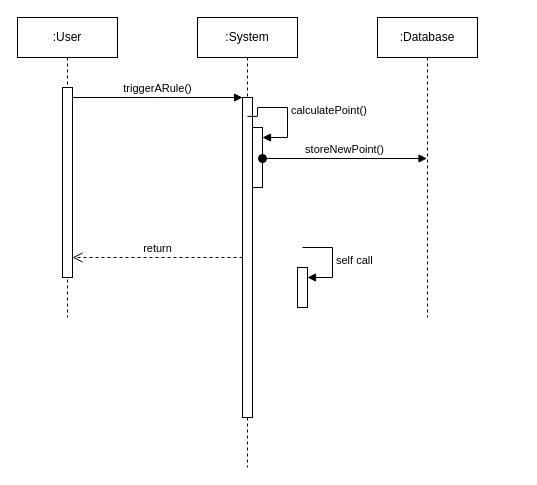
Above: Calculatrice/ES PKFRC sequence attribution de point.drawio in sngdtechnologies/Calculatrice (draw.io), before the change. Source tidied: cells renumbered, new cells numbered last; positions are measured from the earlier drawing's top-left corner, leaving out a move shared by most shapes. Both pictures are drawn from the tidied source at 100%, with x=0, y=0 at pixel (17, 17).
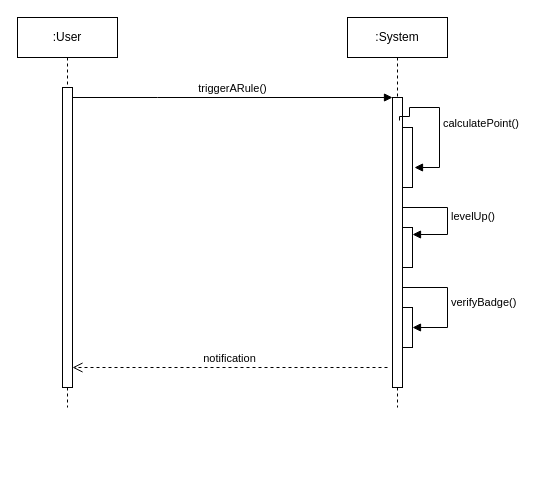
After the change.

Commit message (it also covers changes not shown here):
Mettre à jour ES PKFRC sequence attribution de point.drawio

Unchanged cells that the change refers to:
```xml
<mxCell id="6" style="html=1;points=[[0,0,0,0,5],[0,1,0,0,-5],[1,0,0,0,5],[1,1,0,0,-5]];perimeter=orthogonalPerimeter;outlineConnect=0;targetShapes=umlLifeline;portConstraint=eastwest;newEdgeStyle={&quot;curved&quot;:0,&quot;rounded&quot;:0};" parent="4" vertex="1">
  <mxGeometry x="55" y="110" width="10" height="60" as="geometry" />
</mxCell>
```

Change to the diagram source:
```diff
@@
     <mxCell id="2" value=":User" style="shape=umlLifeline;perimeter=lifelinePerimeter;whiteSpace=wrap;html=1;newEdgeStyle={&quot;edgeStyle&quot;:&quot;elbowEdgeStyle&quot;,&quot;elbow&quot;:&quot;vertical&quot;,&quot;curved&quot;:0,&quot;rounded&quot;:0};" parent="1" vertex="1">
-      <mxGeometry width="100" height="300" as="geometry" />
+      <mxGeometry width="100" height="390" as="geometry" />
     </mxCell>
     <mxCell id="3" style="html=1;points=[];perimeter=orthogonalPerimeter;outlineConnect=0;targetShapes=umlLifeline;portConstraint=eastwest;newEdgeStyle={&quot;edgeStyle&quot;:&quot;elbowEdgeStyle&quot;,&quot;elbow&quot;:&quot;vertical&quot;,&quot;curved&quot;:0,&quot;rounded&quot;:0};" parent="2" vertex="1">
-      <mxGeometry x="45" y="70" width="10" height="190" as="geometry" />
+      <mxGeometry x="45" y="70" width="10" height="300" as="geometry" />
     </mxCell>
     <mxCell id="4" value=":System" style="shape=umlLifeline;perimeter=lifelinePerimeter;whiteSpace=wrap;html=1;newEdgeStyle={&quot;edgeStyle&quot;:&quot;elbowEdgeStyle&quot;,&quot;elbow&quot;:&quot;vertical&quot;,&quot;curved&quot;:0,&quot;rounded&quot;:0};" parent="1" vertex="1">
-      <mxGeometry x="180" width="100" height="450" as="geometry" />
+      <mxGeometry x="330" width="100" height="390" as="geometry" />
     </mxCell>
     <mxCell id="5" style="html=1;points=[];perimeter=orthogonalPerimeter;outlineConnect=0;targetShapes=umlLifeline;portConstraint=eastwest;newEdgeStyle={&quot;edgeStyle&quot;:&quot;elbowEdgeStyle&quot;,&quot;elbow&quot;:&quot;vertical&quot;,&quot;curved&quot;:0,&quot;rounded&quot;:0};" parent="4" vertex="1">
-      <mxGeometry x="45" y="80" width="10" height="320" as="geometry" />
+      <mxGeometry x="45" y="80" width="10" height="290" as="geometry" />
     </mxCell>
@@
-    <mxCell id="7" value="calculatePoint()" style="html=1;align=left;spacingLeft=2;endArrow=block;rounded=0;edgeStyle=orthogonalEdgeStyle;curved=0;rounded=0;exitX=0.5;exitY=0.059;exitDx=0;exitDy=0;exitPerimeter=0;" parent="4" edge="1" source="5" target="6">
+    <mxCell id="7" value="calculatePoint()" style="html=1;align=left;spacingLeft=2;endArrow=block;rounded=0;edgeStyle=orthogonalEdgeStyle;curved=0;rounded=0;exitX=0.5;exitY=0.059;exitDx=0;exitDy=0;exitPerimeter=0;" parent="4" edge="1">
       <mxGeometry relative="1" as="geometry">
+        <mxPoint x="52" y="103" as="sourcePoint" />
+        <mxPoint x="67" y="150" as="targetPoint" />
         <Array as="points">
-          <mxPoint x="60" y="99" />
-          <mxPoint x="60" y="90" />
-          <mxPoint x="90" y="90" />
-          <mxPoint x="90" y="120" />
+          <mxPoint x="52" y="99" />
+          <mxPoint x="62" y="99" />
+          <mxPoint x="62" y="90" />
+          <mxPoint x="92" y="90" />
+          <mxPoint x="92" y="150" />
         </Array>
       </mxGeometry>
     </mxCell>
-    <mxCell id="8" style="html=1;points=[[0,0,0,0,5],[0,1,0,0,-5],[1,0,0,0,5],[1,1,0,0,-5]];perimeter=orthogonalPerimeter;outlineConnect=0;targetShapes=umlLifeline;portConstraint=eastwest;newEdgeStyle={&quot;curved&quot;:0,&quot;rounded&quot;:0};" parent="4" vertex="1">
-      <mxGeometry x="100" y="250" width="10" height="40" as="geometry" />
-    </mxCell>
-    <mxCell id="9" value="self call" style="html=1;align=left;spacingLeft=2;endArrow=block;rounded=0;edgeStyle=orthogonalEdgeStyle;curved=0;rounded=0;" parent="4" edge="1" target="8">
-      <mxGeometry relative="1" as="geometry">
-        <mxPoint x="105" y="230" as="sourcePoint" />
-        <Array as="points">
-          <mxPoint x="135" y="260" />
-        </Array>
-      </mxGeometry>
-    </mxCell>
+    <mxCell id="14" style="html=1;perimeter=orthogonalPerimeter;targetShapes=umlLifeline;newEdgeStyle={&quot;curved&quot;:0,&quot;rounded&quot;:0};" parent="4" vertex="1">
+      <mxGeometry x="55" y="210" width="10" height="40" as="geometry" />
+    </mxCell>
+    <mxCell id="15" value="levelUp()" style="html=1;align=left;spacingLeft=2;endArrow=block;rounded=0;edgeStyle=orthogonalEdgeStyle;curved=0;rounded=0;" parent="4" edge="1" source="5">
+      <mxGeometry relative="1" as="geometry">
+        <mxPoint x="65" y="217" as="targetPoint" />
+        <Array as="points">
+          <mxPoint x="100" y="190" />
+          <mxPoint x="100" y="217" />
+        </Array>
+      </mxGeometry>
+    </mxCell>
+    <mxCell id="16" style="html=1;points=[[0,0,0,0,5],[0,1,0,0,-5],[1,0,0,0,5],[1,1,0,0,-5]];perimeter=orthogonalPerimeter;outlineConnect=0;targetShapes=umlLifeline;portConstraint=eastwest;newEdgeStyle={&quot;curved&quot;:0,&quot;rounded&quot;:0};" parent="4" vertex="1">
+      <mxGeometry x="55" y="290" width="10" height="40" as="geometry" />
+    </mxCell>
+    <mxCell id="17" value="verifyBadge()" style="html=1;align=left;spacingLeft=2;endArrow=block;rounded=0;edgeStyle=orthogonalEdgeStyle;curved=0;rounded=0;" parent="4" edge="1" source="5" target="16">
+      <mxGeometry relative="1" as="geometry">
+        <Array as="points">
+          <mxPoint x="100" y="270" />
+          <mxPoint x="100" y="310" />
+        </Array>
+      </mxGeometry>
+    </mxCell>
@@
-    <mxCell id="11" value="return" style="html=1;verticalAlign=bottom;endArrow=open;dashed=1;endSize=8;edgeStyle=elbowEdgeStyle;elbow=vertical;curved=0;rounded=0;" parent="1" edge="1" source="5" target="3">
-      <mxGeometry relative="1" as="geometry">
-        <Array as="points">
-          <mxPoint x="150" y="240" />
-        </Array>
-      </mxGeometry>
-    </mxCell>
-    <mxCell id="12" value=":Database" style="shape=umlLifeline;perimeter=lifelinePerimeter;whiteSpace=wrap;html=1;newEdgeStyle={&quot;curved&quot;:0,&quot;rounded&quot;:0};" parent="1" vertex="1">
-      <mxGeometry x="360" width="100" height="300" as="geometry" />
-    </mxCell>
-    <mxCell id="13" value="storeNewPoint()" style="html=1;verticalAlign=bottom;startArrow=oval;startFill=1;endArrow=block;startSize=8;curved=0;rounded=0;" parent="1" edge="1">
-      <mxGeometry relative="1" as="geometry">
-        <mxPoint x="245" y="141" as="sourcePoint" />
-        <mxPoint x="409.5" y="141" as="targetPoint" />
-      </mxGeometry>
-    </mxCell>
+    <mxCell id="18" value="notification" style="html=1;verticalAlign=bottom;endArrow=open;dashed=1;endSize=8;curved=0;rounded=0;" parent="1" edge="1">
+      <mxGeometry relative="1" as="geometry">
+        <mxPoint x="370" y="350" as="sourcePoint" />
+        <mxPoint x="55" y="350" as="targetPoint" />
+      </mxGeometry>
+    </mxCell>
```
